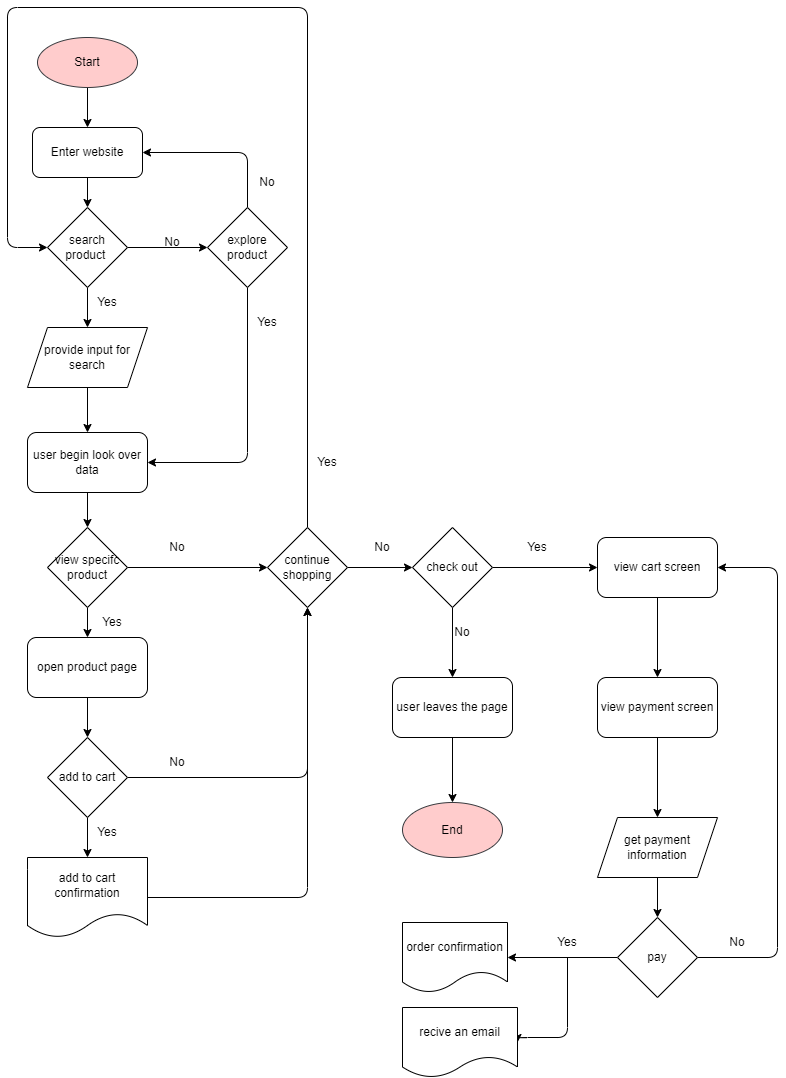
Oooleaf/fa22-cse110-lab4 keeps this draw.io diagram as explore/diagramming/diagram.drawio.png. Above is the earlier version. Source tidied: cells renumbered, new cells last; positions are measured from the earlier drawing's top-left corner, leaving out a move shared by most shapes. Source of this version:
```xml
<mxGraphModel>
  <root>
    <mxCell id="0" />
    <mxCell id="1" parent="0" />
    <mxCell id="2" style="edgeStyle=none;html=1;exitX=0.5;exitY=1;exitDx=0;exitDy=0;entryX=0.5;entryY=0;entryDx=0;entryDy=0;" parent="1" edge="1" source="3" target="11">
      <mxGeometry relative="1" as="geometry" />
    </mxCell>
    <mxCell id="3" value="Start" style="ellipse;whiteSpace=wrap;html=1;fillColor=#ffcccc;strokeColor=#36393d;" parent="1" vertex="1">
      <mxGeometry x="30" y="30" width="100" height="50" as="geometry" />
    </mxCell>
    <mxCell id="4" style="edgeStyle=none;html=1;exitX=0.5;exitY=1;exitDx=0;exitDy=0;" parent="1" edge="1" source="6" target="13">
      <mxGeometry relative="1" as="geometry" />
    </mxCell>
    <mxCell id="5" style="edgeStyle=none;html=1;entryX=0;entryY=0.5;entryDx=0;entryDy=0;" parent="1" edge="1" source="6" target="9">
      <mxGeometry relative="1" as="geometry" />
    </mxCell>
    <mxCell id="6" value="search product&amp;nbsp;" style="rhombus;whiteSpace=wrap;html=1;" parent="1" vertex="1">
      <mxGeometry x="40" y="200" width="80" height="80" as="geometry" />
    </mxCell>
    <mxCell id="7" style="edgeStyle=none;html=1;exitX=0.5;exitY=1;exitDx=0;exitDy=0;entryX=1;entryY=0.5;entryDx=0;entryDy=0;" parent="1" edge="1" source="9" target="16">
      <mxGeometry relative="1" as="geometry">
        <Array as="points">
          <mxPoint x="240" y="455" />
        </Array>
      </mxGeometry>
    </mxCell>
    <mxCell id="8" style="edgeStyle=none;html=1;entryX=1;entryY=0.5;entryDx=0;entryDy=0;" parent="1" edge="1" source="9" target="11">
      <mxGeometry relative="1" as="geometry">
        <Array as="points">
          <mxPoint x="240" y="145" />
        </Array>
      </mxGeometry>
    </mxCell>
    <mxCell id="9" value="explore product" style="rhombus;whiteSpace=wrap;html=1;" parent="1" vertex="1">
      <mxGeometry x="200" y="200" width="80" height="80" as="geometry" />
    </mxCell>
    <mxCell id="10" style="edgeStyle=none;html=1;entryX=0.5;entryY=0;entryDx=0;entryDy=0;" parent="1" edge="1" source="11" target="6">
      <mxGeometry relative="1" as="geometry" />
    </mxCell>
    <mxCell id="11" value="Enter website" style="rounded=1;whiteSpace=wrap;html=1;" parent="1" vertex="1">
      <mxGeometry x="25" y="120" width="110" height="50" as="geometry" />
    </mxCell>
    <mxCell id="12" style="edgeStyle=none;html=1;exitX=0.5;exitY=1;exitDx=0;exitDy=0;entryX=0.5;entryY=0;entryDx=0;entryDy=0;" parent="1" edge="1" source="13" target="16">
      <mxGeometry relative="1" as="geometry" />
    </mxCell>
    <mxCell id="13" value="provide input for search" style="shape=parallelogram;perimeter=parallelogramPerimeter;whiteSpace=wrap;html=1;fixedSize=1;" parent="1" vertex="1">
      <mxGeometry x="20" y="320" width="120" height="60" as="geometry" />
    </mxCell>
    <mxCell id="14" value="Yes" style="text;html=1;strokeColor=none;fillColor=none;align=center;verticalAlign=middle;whiteSpace=wrap;rounded=0;" parent="1" vertex="1">
      <mxGeometry x="70" y="280" width="60" height="30" as="geometry" />
    </mxCell>
    <mxCell id="15" style="edgeStyle=none;html=1;exitX=0.5;exitY=1;exitDx=0;exitDy=0;entryX=0.5;entryY=0;entryDx=0;entryDy=0;" parent="1" edge="1" source="16" target="19">
      <mxGeometry relative="1" as="geometry" />
    </mxCell>
    <mxCell id="16" value="user begin look over data" style="rounded=1;whiteSpace=wrap;html=1;" parent="1" vertex="1">
      <mxGeometry x="20" y="425" width="120" height="60" as="geometry" />
    </mxCell>
    <mxCell id="17" style="edgeStyle=none;html=1;exitX=0.5;exitY=1;exitDx=0;exitDy=0;entryX=0.5;entryY=0;entryDx=0;entryDy=0;" parent="1" edge="1" source="19" target="21">
      <mxGeometry relative="1" as="geometry" />
    </mxCell>
    <mxCell id="18" style="edgeStyle=none;html=1;" parent="1" edge="1" source="19" target="28">
      <mxGeometry relative="1" as="geometry" />
    </mxCell>
    <mxCell id="19" value="view specifc product" style="rhombus;whiteSpace=wrap;html=1;" parent="1" vertex="1">
      <mxGeometry x="40" y="520" width="80" height="80" as="geometry" />
    </mxCell>
    <mxCell id="20" style="edgeStyle=none;html=1;entryX=0.5;entryY=0;entryDx=0;entryDy=0;" parent="1" edge="1" source="21" target="25">
      <mxGeometry relative="1" as="geometry" />
    </mxCell>
    <mxCell id="21" value="open product page" style="rounded=1;whiteSpace=wrap;html=1;" parent="1" vertex="1">
      <mxGeometry x="20" y="630" width="120" height="60" as="geometry" />
    </mxCell>
    <mxCell id="22" value="Yes" style="text;html=1;strokeColor=none;fillColor=none;align=center;verticalAlign=middle;whiteSpace=wrap;rounded=0;" parent="1" vertex="1">
      <mxGeometry x="75" y="600" width="60" height="30" as="geometry" />
    </mxCell>
    <mxCell id="23" style="edgeStyle=none;html=1;" parent="1" edge="1" source="25" target="30">
      <mxGeometry relative="1" as="geometry" />
    </mxCell>
    <mxCell id="24" style="edgeStyle=none;html=1;exitX=1;exitY=0.5;exitDx=0;exitDy=0;entryX=0.5;entryY=1;entryDx=0;entryDy=0;" parent="1" edge="1" source="25" target="28">
      <mxGeometry relative="1" as="geometry">
        <Array as="points">
          <mxPoint x="300" y="770" />
        </Array>
      </mxGeometry>
    </mxCell>
    <mxCell id="25" value="add to cart" style="rhombus;whiteSpace=wrap;html=1;" parent="1" vertex="1">
      <mxGeometry x="40" y="730" width="80" height="80" as="geometry" />
    </mxCell>
    <mxCell id="26" style="edgeStyle=none;html=1;" parent="1" edge="1" source="28" target="36">
      <mxGeometry relative="1" as="geometry" />
    </mxCell>
    <mxCell id="27" style="edgeStyle=none;html=1;exitX=0.5;exitY=0;exitDx=0;exitDy=0;entryX=0;entryY=0.5;entryDx=0;entryDy=0;" parent="1" edge="1" source="28" target="6">
      <mxGeometry relative="1" as="geometry">
        <Array as="points">
          <mxPoint x="300" y="520" />
          <mxPoint x="300" />
          <mxPoint />
          <mxPoint y="240" />
        </Array>
      </mxGeometry>
    </mxCell>
    <mxCell id="28" value="continue shopping" style="rhombus;whiteSpace=wrap;html=1;" parent="1" vertex="1">
      <mxGeometry x="260" y="520" width="80" height="80" as="geometry" />
    </mxCell>
    <mxCell id="29" style="edgeStyle=none;html=1;entryX=0.5;entryY=1;entryDx=0;entryDy=0;" parent="1" edge="1" source="30" target="28">
      <mxGeometry relative="1" as="geometry">
        <Array as="points">
          <mxPoint x="300" y="890" />
        </Array>
      </mxGeometry>
    </mxCell>
    <mxCell id="30" value="add to cart confirmation" style="shape=document;whiteSpace=wrap;html=1;boundedLbl=1;" parent="1" vertex="1">
      <mxGeometry x="20" y="850" width="120" height="80" as="geometry" />
    </mxCell>
    <mxCell id="31" value="Yes&lt;br&gt;" style="text;html=1;strokeColor=none;fillColor=none;align=center;verticalAlign=middle;whiteSpace=wrap;rounded=0;" parent="1" vertex="1">
      <mxGeometry x="70" y="810" width="60" height="30" as="geometry" />
    </mxCell>
    <mxCell id="32" value="No" style="text;html=1;strokeColor=none;fillColor=none;align=center;verticalAlign=middle;whiteSpace=wrap;rounded=0;" parent="1" vertex="1">
      <mxGeometry x="140" y="525" width="60" height="30" as="geometry" />
    </mxCell>
    <mxCell id="33" value="No" style="text;html=1;strokeColor=none;fillColor=none;align=center;verticalAlign=middle;whiteSpace=wrap;rounded=0;" parent="1" vertex="1">
      <mxGeometry x="140" y="740" width="60" height="30" as="geometry" />
    </mxCell>
    <mxCell id="34" style="edgeStyle=none;html=1;" parent="1" edge="1" source="36" target="38">
      <mxGeometry relative="1" as="geometry" />
    </mxCell>
    <mxCell id="35" style="edgeStyle=none;html=1;exitX=1;exitY=0.5;exitDx=0;exitDy=0;" parent="1" edge="1" source="36" target="43">
      <mxGeometry relative="1" as="geometry" />
    </mxCell>
    <mxCell id="36" value="check out" style="rhombus;whiteSpace=wrap;html=1;" parent="1" vertex="1">
      <mxGeometry x="405" y="520" width="80" height="80" as="geometry" />
    </mxCell>
    <mxCell id="37" style="edgeStyle=none;html=1;" parent="1" edge="1" source="38" target="39">
      <mxGeometry relative="1" as="geometry" />
    </mxCell>
    <mxCell id="38" value="user leaves the page" style="rounded=1;whiteSpace=wrap;html=1;" parent="1" vertex="1">
      <mxGeometry x="385" y="670" width="120" height="60" as="geometry" />
    </mxCell>
    <mxCell id="39" value="End" style="ellipse;whiteSpace=wrap;html=1;rounded=1;fillColor=#ffcccc;strokeColor=#36393d;" parent="1" vertex="1">
      <mxGeometry x="395" y="795" width="100" height="55" as="geometry" />
    </mxCell>
    <mxCell id="40" value="No" style="text;html=1;strokeColor=none;fillColor=none;align=center;verticalAlign=middle;whiteSpace=wrap;rounded=0;" parent="1" vertex="1">
      <mxGeometry x="425" y="610" width="60" height="30" as="geometry" />
    </mxCell>
    <mxCell id="41" value="No" style="text;html=1;strokeColor=none;fillColor=none;align=center;verticalAlign=middle;whiteSpace=wrap;rounded=0;" parent="1" vertex="1">
      <mxGeometry x="345" y="525" width="60" height="30" as="geometry" />
    </mxCell>
    <mxCell id="42" style="edgeStyle=none;html=1;" parent="1" edge="1" source="43" target="46">
      <mxGeometry relative="1" as="geometry" />
    </mxCell>
    <mxCell id="43" value="view cart screen" style="rounded=1;whiteSpace=wrap;html=1;" parent="1" vertex="1">
      <mxGeometry x="590" y="530" width="120" height="60" as="geometry" />
    </mxCell>
    <mxCell id="44" value="Yes" style="text;html=1;strokeColor=none;fillColor=none;align=center;verticalAlign=middle;whiteSpace=wrap;rounded=0;" parent="1" vertex="1">
      <mxGeometry x="500" y="525" width="60" height="30" as="geometry" />
    </mxCell>
    <mxCell id="45" style="edgeStyle=none;html=1;" parent="1" edge="1" source="46" target="48">
      <mxGeometry relative="1" as="geometry" />
    </mxCell>
    <mxCell id="46" value="view payment screen" style="rounded=1;whiteSpace=wrap;html=1;" parent="1" vertex="1">
      <mxGeometry x="590" y="670" width="120" height="60" as="geometry" />
    </mxCell>
    <mxCell id="47" style="edgeStyle=none;html=1;exitX=0.5;exitY=1;exitDx=0;exitDy=0;" parent="1" edge="1" source="48" target="51">
      <mxGeometry relative="1" as="geometry" />
    </mxCell>
    <mxCell id="48" value="get payment information" style="shape=parallelogram;perimeter=parallelogramPerimeter;whiteSpace=wrap;html=1;fixedSize=1;" parent="1" vertex="1">
      <mxGeometry x="590" y="810" width="120" height="60" as="geometry" />
    </mxCell>
    <mxCell id="49" style="edgeStyle=none;html=1;entryX=1;entryY=0.5;entryDx=0;entryDy=0;" parent="1" edge="1" source="51" target="52">
      <mxGeometry relative="1" as="geometry" />
    </mxCell>
    <mxCell id="50" style="edgeStyle=none;html=1;exitX=1;exitY=0.5;exitDx=0;exitDy=0;entryX=1;entryY=0.5;entryDx=0;entryDy=0;" parent="1" edge="1" source="51" target="43">
      <mxGeometry relative="1" as="geometry">
        <Array as="points">
          <mxPoint x="770" y="950" />
          <mxPoint x="770" y="560" />
        </Array>
      </mxGeometry>
    </mxCell>
    <mxCell id="51" value="pay" style="rhombus;whiteSpace=wrap;html=1;" parent="1" vertex="1">
      <mxGeometry x="610" y="910" width="80" height="80" as="geometry" />
    </mxCell>
    <mxCell id="52" value="order confirmation" style="shape=document;whiteSpace=wrap;html=1;boundedLbl=1;" parent="1" vertex="1">
      <mxGeometry x="395" y="915" width="105" height="70" as="geometry" />
    </mxCell>
    <mxCell id="53" style="edgeStyle=none;html=1;entryX=1;entryY=0.5;entryDx=0;entryDy=0;" parent="1" edge="1" source="54" target="55">
      <mxGeometry relative="1" as="geometry">
        <Array as="points">
          <mxPoint x="560" y="1030" />
          <mxPoint x="510" y="1030" />
        </Array>
      </mxGeometry>
    </mxCell>
    <mxCell id="54" value="Yes" style="text;html=1;strokeColor=none;fillColor=none;align=center;verticalAlign=middle;whiteSpace=wrap;rounded=0;" parent="1" vertex="1">
      <mxGeometry x="530" y="920" width="60" height="30" as="geometry" />
    </mxCell>
    <mxCell id="55" value="recive an email" style="shape=document;whiteSpace=wrap;html=1;boundedLbl=1;" parent="1" vertex="1">
      <mxGeometry x="395" y="1000" width="115" height="70" as="geometry" />
    </mxCell>
    <mxCell id="56" value="No" style="text;html=1;strokeColor=none;fillColor=none;align=center;verticalAlign=middle;whiteSpace=wrap;rounded=0;" parent="1" vertex="1">
      <mxGeometry x="135" y="220" width="60" height="30" as="geometry" />
    </mxCell>
    <mxCell id="57" value="Yes" style="text;html=1;strokeColor=none;fillColor=none;align=center;verticalAlign=middle;whiteSpace=wrap;rounded=0;" parent="1" vertex="1">
      <mxGeometry x="230" y="300" width="60" height="30" as="geometry" />
    </mxCell>
    <mxCell id="58" value="No" style="text;html=1;strokeColor=none;fillColor=none;align=center;verticalAlign=middle;whiteSpace=wrap;rounded=0;" parent="1" vertex="1">
      <mxGeometry x="230" y="160" width="60" height="30" as="geometry" />
    </mxCell>
    <mxCell id="59" value="Yes" style="text;html=1;strokeColor=none;fillColor=none;align=center;verticalAlign=middle;whiteSpace=wrap;rounded=0;" parent="1" vertex="1">
      <mxGeometry x="290" y="440" width="60" height="30" as="geometry" />
    </mxCell>
    <mxCell id="60" value="No" style="text;html=1;strokeColor=none;fillColor=none;align=center;verticalAlign=middle;whiteSpace=wrap;rounded=0;" parent="1" vertex="1">
      <mxGeometry x="700" y="920" width="60" height="30" as="geometry" />
    </mxCell>
  </root>
</mxGraphModel>
```
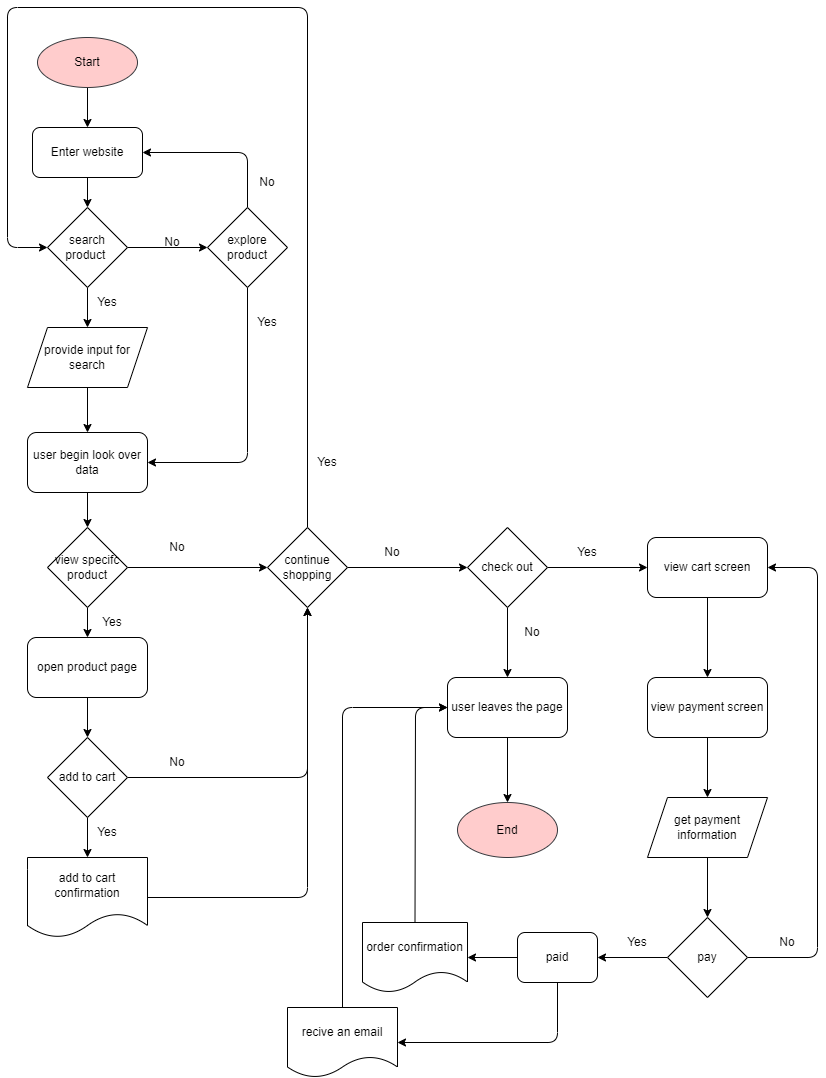
Above is the later version.

Commit message:
update flowchart exit status

Change to the diagram source:
```diff
@@ -128,74 +128,77 @@
       <mxGeometry relative="1" as="geometry" />
     </mxCell>
     <mxCell id="36" value="check out" style="rhombus;whiteSpace=wrap;html=1;" parent="1" vertex="1">
-      <mxGeometry x="405" y="520" width="80" height="80" as="geometry" />
+      <mxGeometry x="460" y="520" width="80" height="80" as="geometry" />
     </mxCell>
     <mxCell id="37" style="edgeStyle=none;html=1;" parent="1" edge="1" source="38" target="39">
       <mxGeometry relative="1" as="geometry" />
     </mxCell>
     <mxCell id="38" value="user leaves the page" style="rounded=1;whiteSpace=wrap;html=1;" parent="1" vertex="1">
-      <mxGeometry x="385" y="670" width="120" height="60" as="geometry" />
+      <mxGeometry x="440" y="670" width="120" height="60" as="geometry" />
     </mxCell>
     <mxCell id="39" value="End" style="ellipse;whiteSpace=wrap;html=1;rounded=1;fillColor=#ffcccc;strokeColor=#36393d;" parent="1" vertex="1">
-      <mxGeometry x="395" y="795" width="100" height="55" as="geometry" />
+      <mxGeometry x="450" y="795" width="100" height="55" as="geometry" />
     </mxCell>
     <mxCell id="40" value="No" style="text;html=1;strokeColor=none;fillColor=none;align=center;verticalAlign=middle;whiteSpace=wrap;rounded=0;" parent="1" vertex="1">
-      <mxGeometry x="425" y="610" width="60" height="30" as="geometry" />
+      <mxGeometry x="495" y="610" width="60" height="30" as="geometry" />
     </mxCell>
     <mxCell id="41" value="No" style="text;html=1;strokeColor=none;fillColor=none;align=center;verticalAlign=middle;whiteSpace=wrap;rounded=0;" parent="1" vertex="1">
-      <mxGeometry x="345" y="525" width="60" height="30" as="geometry" />
+      <mxGeometry x="355" y="530" width="60" height="30" as="geometry" />
     </mxCell>
     <mxCell id="42" style="edgeStyle=none;html=1;" parent="1" edge="1" source="43" target="46">
       <mxGeometry relative="1" as="geometry" />
     </mxCell>
     <mxCell id="43" value="view cart screen" style="rounded=1;whiteSpace=wrap;html=1;" parent="1" vertex="1">
-      <mxGeometry x="590" y="530" width="120" height="60" as="geometry" />
+      <mxGeometry x="640" y="530" width="120" height="60" as="geometry" />
     </mxCell>
     <mxCell id="44" value="Yes" style="text;html=1;strokeColor=none;fillColor=none;align=center;verticalAlign=middle;whiteSpace=wrap;rounded=0;" parent="1" vertex="1">
-      <mxGeometry x="500" y="525" width="60" height="30" as="geometry" />
+      <mxGeometry x="550" y="530" width="60" height="30" as="geometry" />
     </mxCell>
     <mxCell id="45" style="edgeStyle=none;html=1;" parent="1" edge="1" source="46" target="48">
       <mxGeometry relative="1" as="geometry" />
     </mxCell>
     <mxCell id="46" value="view payment screen" style="rounded=1;whiteSpace=wrap;html=1;" parent="1" vertex="1">
-      <mxGeometry x="590" y="670" width="120" height="60" as="geometry" />
+      <mxGeometry x="640" y="670" width="120" height="60" as="geometry" />
     </mxCell>
     <mxCell id="47" style="edgeStyle=none;html=1;exitX=0.5;exitY=1;exitDx=0;exitDy=0;" parent="1" edge="1" source="48" target="51">
       <mxGeometry relative="1" as="geometry" />
     </mxCell>
     <mxCell id="48" value="get payment information" style="shape=parallelogram;perimeter=parallelogramPerimeter;whiteSpace=wrap;html=1;fixedSize=1;" parent="1" vertex="1">
-      <mxGeometry x="590" y="810" width="120" height="60" as="geometry" />
+      <mxGeometry x="640" y="790" width="120" height="60" as="geometry" />
     </mxCell>
-    <mxCell id="49" style="edgeStyle=none;html=1;entryX=1;entryY=0.5;entryDx=0;entryDy=0;" parent="1" edge="1" source="51" target="52">
-      <mxGeometry relative="1" as="geometry" />
-    </mxCell>
     <mxCell id="50" style="edgeStyle=none;html=1;exitX=1;exitY=0.5;exitDx=0;exitDy=0;entryX=1;entryY=0.5;entryDx=0;entryDy=0;" parent="1" edge="1" source="51" target="43">
       <mxGeometry relative="1" as="geometry">
         <Array as="points">
-          <mxPoint x="770" y="950" />
-          <mxPoint x="770" y="560" />
+          <mxPoint x="810" y="950" />
+          <mxPoint x="810" y="560" />
         </Array>
       </mxGeometry>
     </mxCell>
+    <mxCell id="61" style="edgeStyle=none;html=1;entryX=1;entryY=0.5;entryDx=0;entryDy=0;" parent="1" edge="1" source="51" target="66">
+      <mxGeometry relative="1" as="geometry" />
+    </mxCell>
     <mxCell id="51" value="pay" style="rhombus;whiteSpace=wrap;html=1;" parent="1" vertex="1">
-      <mxGeometry x="610" y="910" width="80" height="80" as="geometry" />
+      <mxGeometry x="660" y="910" width="80" height="80" as="geometry" />
     </mxCell>
+    <mxCell id="62" style="edgeStyle=none;html=1;exitX=0.5;exitY=0;exitDx=0;exitDy=0;entryX=0;entryY=0.5;entryDx=0;entryDy=0;" parent="1" edge="1" source="52" target="38">
+      <mxGeometry relative="1" as="geometry">
+        <Array as="points">
+          <mxPoint x="408" y="700" />
+        </Array>
+      </mxGeometry>
+    </mxCell>
     <mxCell id="52" value="order confirmation" style="shape=document;whiteSpace=wrap;html=1;boundedLbl=1;" parent="1" vertex="1">
-      <mxGeometry x="395" y="915" width="105" height="70" as="geometry" />
+      <mxGeometry x="355" y="915" width="105" height="70" as="geometry" />
     </mxCell>
-    <mxCell id="53" style="edgeStyle=none;html=1;entryX=1;entryY=0.5;entryDx=0;entryDy=0;" parent="1" edge="1" source="54" target="55">
-      <mxGeometry relative="1" as="geometry">
-        <Array as="points">
-          <mxPoint x="560" y="1030" />
-          <mxPoint x="510" y="1030" />
-        </Array>
-      </mxGeometry>
-    </mxCell>
-    <mxCell id="54" value="Yes" style="text;html=1;strokeColor=none;fillColor=none;align=center;verticalAlign=middle;whiteSpace=wrap;rounded=0;" parent="1" vertex="1">
-      <mxGeometry x="530" y="920" width="60" height="30" as="geometry" />
-    </mxCell>
+    <mxCell id="63" style="edgeStyle=none;html=1;entryX=0;entryY=0.5;entryDx=0;entryDy=0;" parent="1" edge="1" source="55" target="38">
+      <mxGeometry relative="1" as="geometry">
+        <Array as="points">
+          <mxPoint x="335" y="700" />
+        </Array>
+      </mxGeometry>
+    </mxCell>
     <mxCell id="55" value="recive an email" style="shape=document;whiteSpace=wrap;html=1;boundedLbl=1;" parent="1" vertex="1">
-      <mxGeometry x="395" y="1000" width="115" height="70" as="geometry" />
+      <mxGeometry x="280" y="1000" width="110" height="70" as="geometry" />
     </mxCell>
     <mxCell id="56" value="No" style="text;html=1;strokeColor=none;fillColor=none;align=center;verticalAlign=middle;whiteSpace=wrap;rounded=0;" parent="1" vertex="1">
       <mxGeometry x="135" y="220" width="60" height="30" as="geometry" />
@@ -210,7 +213,23 @@
       <mxGeometry x="290" y="440" width="60" height="30" as="geometry" />
     </mxCell>
     <mxCell id="60" value="No" style="text;html=1;strokeColor=none;fillColor=none;align=center;verticalAlign=middle;whiteSpace=wrap;rounded=0;" parent="1" vertex="1">
-      <mxGeometry x="700" y="920" width="60" height="30" as="geometry" />
+      <mxGeometry x="750" y="920" width="60" height="30" as="geometry" />
     </mxCell>
+    <mxCell id="64" style="edgeStyle=none;html=1;entryX=1;entryY=0.5;entryDx=0;entryDy=0;" parent="1" edge="1" source="66" target="55">
+      <mxGeometry relative="1" as="geometry">
+        <Array as="points">
+          <mxPoint x="550" y="1035" />
+        </Array>
+      </mxGeometry>
+    </mxCell>
+    <mxCell id="65" style="edgeStyle=none;html=1;exitX=0;exitY=0.5;exitDx=0;exitDy=0;" parent="1" edge="1" source="66" target="52">
+      <mxGeometry relative="1" as="geometry" />
+    </mxCell>
+    <mxCell id="66" value="paid" style="rounded=1;whiteSpace=wrap;html=1;" parent="1" vertex="1">
+      <mxGeometry x="510" y="925" width="80" height="50" as="geometry" />
+    </mxCell>
+    <mxCell id="54" value="Yes" style="text;html=1;strokeColor=none;fillColor=none;align=center;verticalAlign=middle;whiteSpace=wrap;rounded=0;" parent="1" vertex="1">
+      <mxGeometry x="600" y="920" width="60" height="30" as="geometry" />
+    </mxCell>
   </root>
 </mxGraphModel>
```
